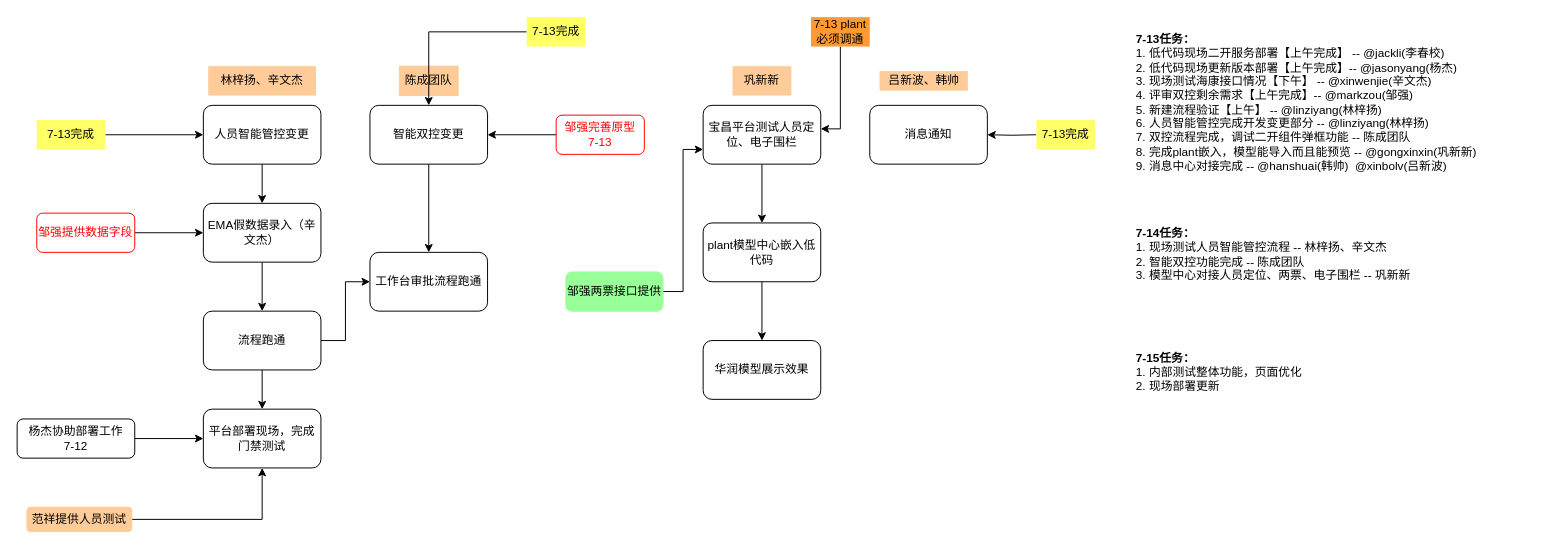
Above: huarun.drawio in xugaoyang/drawio_docs (draw.io), before the change. Source tidied: cells renumbered, new cells numbered last; positions are measured from the earlier drawing's top-left corner, leaving out a move shared by most shapes. Both pictures are drawn from the tidied source at 98%, with x=0, y=0 at pixel (17, 17).
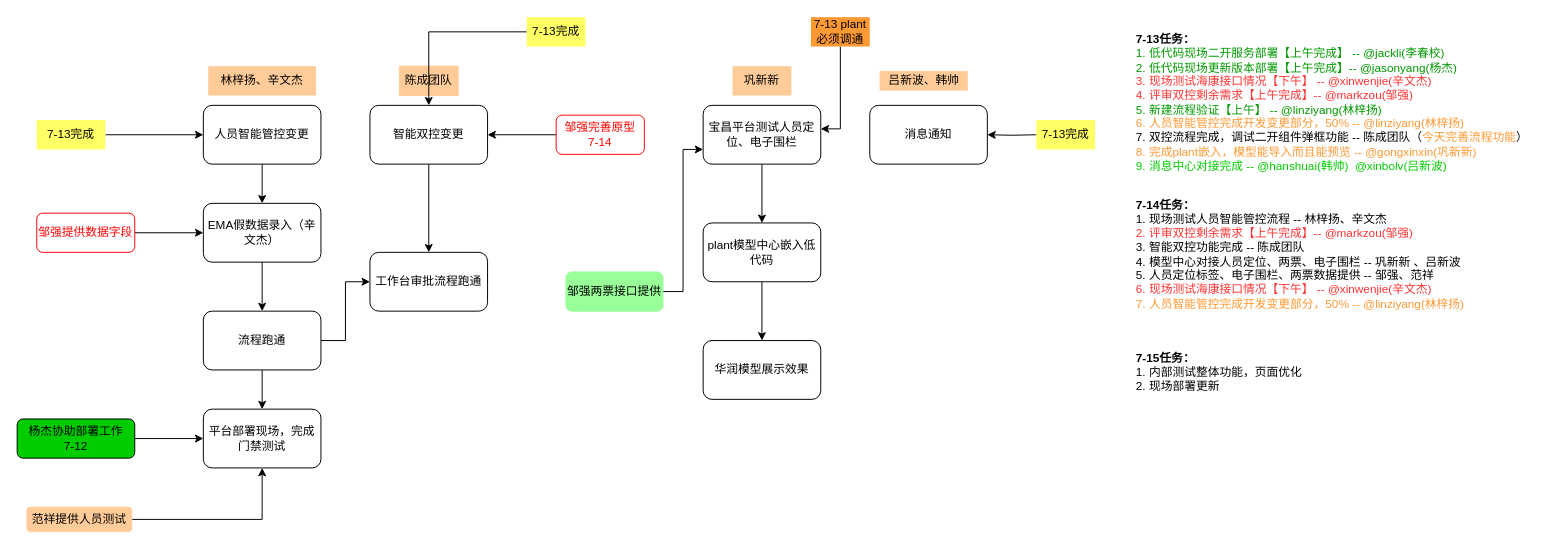
The same diagram, later.

The edit, as a diff of the source:
```diff
@@
-    <mxCell id="26" value="&lt;font color=&quot;#ff0000&quot;&gt;邹强完善原型&lt;br&gt;7-13&lt;/font&gt;" style="rounded=1;whiteSpace=wrap;html=1;strokeColor=#FF0000;" parent="1" vertex="1">
+    <mxCell id="26" value="&lt;font color=&quot;#ff0000&quot;&gt;邹强完善原型&lt;br&gt;7-14&lt;/font&gt;" style="rounded=1;whiteSpace=wrap;html=1;strokeColor=#FF0000;" parent="1" vertex="1">
       <mxGeometry x="550" y="100" width="90" height="40" as="geometry" />
     </mxCell>
@@
-    <mxCell id="30" value="&lt;font color=&quot;#000000&quot;&gt;杨杰协助部署工作&lt;br&gt;7-12&lt;br&gt;&lt;/font&gt;" style="rounded=1;whiteSpace=wrap;html=1;fontColor=#FF0000;strokeColor=#000000;" parent="1" vertex="1">
+    <mxCell id="30" value="&lt;font color=&quot;#000000&quot;&gt;杨杰协助部署工作&lt;br&gt;7-12&lt;br&gt;&lt;/font&gt;" style="rounded=1;whiteSpace=wrap;html=1;fontColor=#FF0000;strokeColor=#000000;fillColor=#00CC00;" parent="1" vertex="1">
       <mxGeometry y="410" width="120" height="40" as="geometry" />
     </mxCell>
@@
-    <mxCell id="41" value="&lt;b&gt;&lt;br&gt;7-13任务：&lt;/b&gt;&lt;br&gt;1.&amp;nbsp;低代码现场二开服务部署【上午完成】&amp;nbsp;--&amp;nbsp;@jackli(李春校)&amp;nbsp;&amp;nbsp;&lt;br&gt;2.&amp;nbsp;低代码现场更新版本部署【上午完成】--&amp;nbsp;@jasonyang(杨杰)&amp;nbsp;&amp;nbsp;&lt;br&gt;3.&amp;nbsp;现场测试海康接口情况【下午】&amp;nbsp;--&amp;nbsp;@xinwenjie(辛文杰)&amp;nbsp;&amp;nbsp;&lt;br&gt;4.&amp;nbsp;评审双控剩余需求【上午完成】--&amp;nbsp;@markzou(邹强)&amp;nbsp;&amp;nbsp;&lt;br&gt;5.&amp;nbsp;新建流程验证【上午】&amp;nbsp;--&amp;nbsp;@linziyang(林梓扬)&amp;nbsp;&amp;nbsp;&lt;br&gt;6.&amp;nbsp;人员智能管控完成开发变更部分&amp;nbsp;--&amp;nbsp;@linziyang(林梓扬)&amp;nbsp;&amp;nbsp;&lt;br&gt;7.&amp;nbsp;双控流程完成，调试二开组件弹框功能&amp;nbsp;--&amp;nbsp;陈成团队&lt;br&gt;8.&amp;nbsp;完成plant嵌入，模型能导入而且能预览&amp;nbsp;--&amp;nbsp;@gongxinxin(巩新新)&amp;nbsp;&amp;nbsp;&lt;br&gt;9.&amp;nbsp;消息中心对接完成&amp;nbsp;--&amp;nbsp;@hanshuai(韩帅)&amp;nbsp;&amp;nbsp;@xinbolv(吕新波)&amp;nbsp;&amp;nbsp;" style="text;html=1;align=left;verticalAlign=middle;strokeColor=none;fillColor=none;fontColor=#000000;" parent="1" vertex="1">
-      <mxGeometry x="1140" width="370" height="160" as="geometry" />
+    <mxCell id="41" value="&lt;b&gt;&lt;br&gt;7-13任务：&lt;/b&gt;&lt;br&gt;&lt;font color=&quot;#009900&quot;&gt;1.&amp;nbsp;低代码现场二开服务部署【上午完成】&amp;nbsp;--&amp;nbsp;@jackli(李春校)&amp;nbsp;&amp;nbsp;&lt;br&gt;2.&amp;nbsp;低代码现场更新版本部署【上午完成】--&amp;nbsp;@jasonyang(杨杰)&amp;nbsp;&amp;nbsp;&lt;/font&gt;&lt;br&gt;&lt;font color=&quot;#ff3333&quot;&gt;3.&amp;nbsp;现场测试海康接口情况【下午】&amp;nbsp;--&amp;nbsp;@xinwenjie(辛文杰)&amp;nbsp;&amp;nbsp;&lt;/font&gt;&lt;br&gt;&lt;font color=&quot;#ff3333&quot;&gt;4.&amp;nbsp;评审双控剩余需求【上午完成】--&amp;nbsp;@markzou(邹强)&amp;nbsp;&lt;/font&gt;&amp;nbsp;&lt;br&gt;&lt;font color=&quot;#009900&quot;&gt;5.&amp;nbsp;新建流程验证【上午】&amp;nbsp;--&amp;nbsp;@linziyang(林梓扬)&amp;nbsp;&amp;nbsp;&lt;/font&gt;&lt;br&gt;&lt;font color=&quot;#ff9933&quot;&gt;6.&amp;nbsp;人员智能管控完成开发变更部分，50% --&amp;nbsp;@linziyang(林梓扬)&amp;nbsp;&amp;nbsp;&lt;/font&gt;&lt;br&gt;7.&amp;nbsp;双控流程完成，调试二开组件弹框功能&amp;nbsp;--&amp;nbsp;陈成团队（&lt;font color=&quot;#ff9933&quot;&gt;今天完善流程功能&lt;/font&gt;）&lt;br&gt;&lt;font color=&quot;#ff9933&quot;&gt;8.&amp;nbsp;完成plant嵌入，模型能导入而且能预览&amp;nbsp;--&amp;nbsp;@gongxinxin(巩新新)&lt;/font&gt;&amp;nbsp;&amp;nbsp;&lt;br&gt;&lt;font color=&quot;#00cc00&quot;&gt;9.&amp;nbsp;消息中心对接完成&amp;nbsp;--&amp;nbsp;@hanshuai(韩帅)&amp;nbsp;&amp;nbsp;@xinbolv(吕新波)&amp;nbsp;&amp;nbsp;&lt;/font&gt;" style="text;html=1;align=left;verticalAlign=middle;strokeColor=none;fillColor=none;fontColor=#000000;" parent="1" vertex="1">
+      <mxGeometry x="1140" width="420" height="160" as="geometry" />
     </mxCell>
-    <mxCell id="42" value="&lt;b&gt;&lt;br&gt;7-14任务：&lt;/b&gt;&lt;br&gt;1. 现场测试人员智能管控流程 -- 林梓扬、辛文杰&lt;br&gt;2. 智能双控功能完成 -- 陈成团队&amp;nbsp;&amp;nbsp;&lt;br&gt;3. 模型中心对接人员定位、两票、电子围栏 -- 巩新新&amp;nbsp;" style="text;html=1;align=left;verticalAlign=middle;strokeColor=none;fillColor=none;fontColor=#000000;" parent="1" vertex="1">
-      <mxGeometry x="1140" y="200" width="300" height="70" as="geometry" />
+    <mxCell id="42" value="&lt;b&gt;&lt;br&gt;7-14任务：&lt;/b&gt;&lt;br&gt;1. 现场测试人员智能管控流程 -- 林梓扬、辛文杰&lt;br&gt;&lt;font color=&quot;#ff3333&quot;&gt;2.&amp;nbsp;评审双控剩余需求【上午完成】--&amp;nbsp;@markzou(邹强)&amp;nbsp;&lt;/font&gt;&amp;nbsp;&lt;br&gt;3. 智能双控功能完成 -- 陈成团队&amp;nbsp;&amp;nbsp;&lt;br&gt;4. 模型中心对接人员定位、两票、电子围栏 -- 巩新新 、吕新波&lt;br&gt;5. 人员定位标签、电子围栏、两票数据提供 -- 邹强、范祥&lt;br&gt;&lt;span style=&quot;color: rgb(255 , 51 , 51)&quot;&gt;6.&amp;nbsp;现场测试海康接口情况【下午】&amp;nbsp;--&amp;nbsp;@xinwenjie(辛文杰)&lt;br&gt;&lt;/span&gt;&lt;span style=&quot;color: rgb(255 , 153 , 51)&quot;&gt;7.&amp;nbsp;人员智能管控完成开发变更部分，50% --&amp;nbsp;@linziyang(林梓扬)&amp;nbsp;&amp;nbsp;&lt;/span&gt;&lt;span style=&quot;color: rgb(255 , 51 , 51)&quot;&gt;&amp;nbsp;&lt;/span&gt;" style="text;html=1;align=left;verticalAlign=middle;strokeColor=none;fillColor=none;fontColor=#000000;" parent="1" vertex="1">
+      <mxGeometry x="1140" y="170" width="360" height="130" as="geometry" />
     </mxCell>
```
